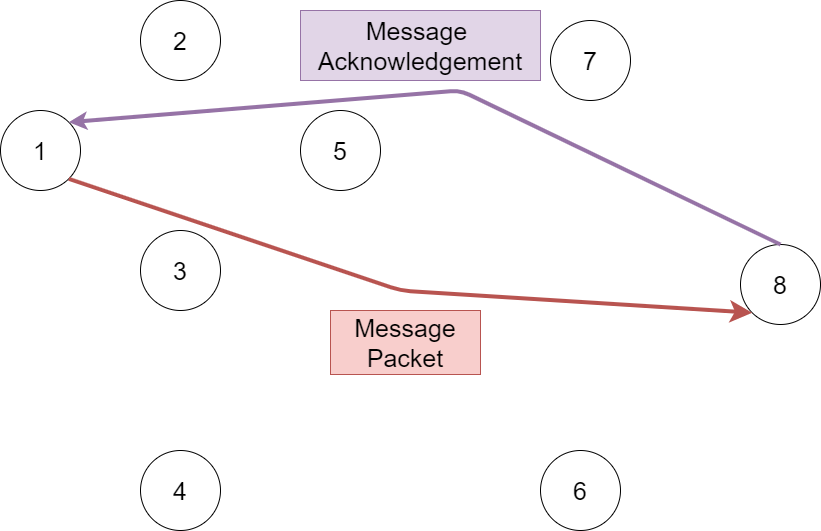
Before: Lab5/pres_direct_message.png, a diagram exported from draw.io (ThenTech/NIIP-Labo). Source tidied: cells renumbered, new cells last; positions are measured from the earlier drawing's top-left corner, leaving out a move shared by most shapes.
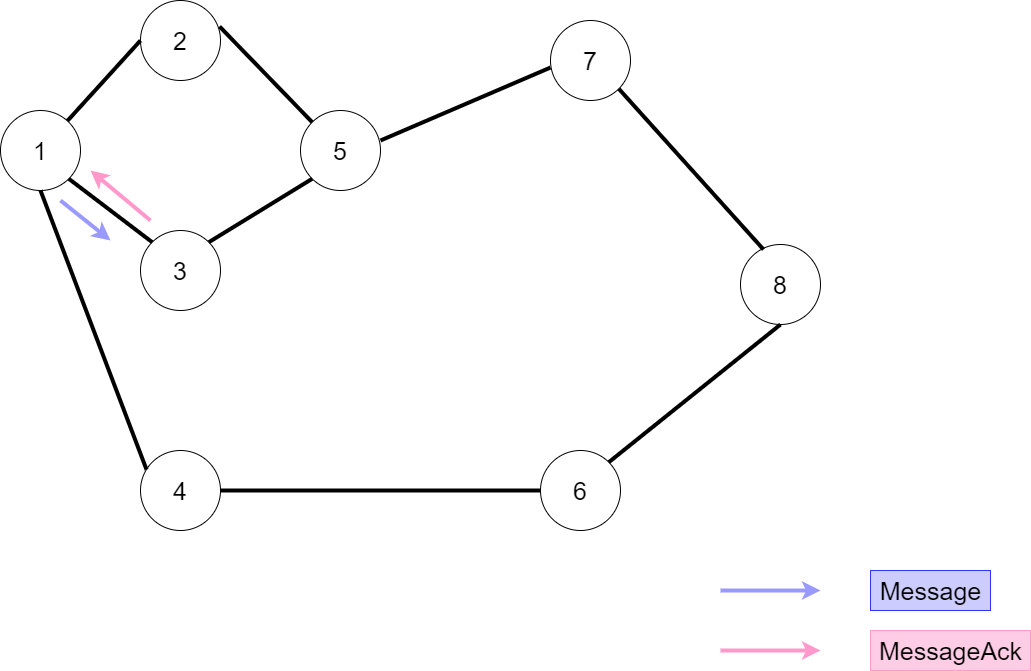
After the change.

What changed in the source:
```diff
@@ -26,25 +26,62 @@
     <mxCell id="9" value="&lt;font style=&quot;font-size: 25px&quot;&gt;8&lt;/font&gt;" style="ellipse;whiteSpace=wrap;html=1;" parent="1" vertex="1">
       <mxGeometry x="740" y="244" width="80" height="80" as="geometry" />
     </mxCell>
-    <mxCell id="10" style="endArrow=classic;html=1;exitX=1;exitY=1;exitDx=0;exitDy=0;entryX=0;entryY=1;entryDx=0;entryDy=0;fillColor=#f8cecc;strokeColor=#b85450;endSize=10;startSize=26;jumpSize=8;strokeWidth=4;" parent="1" edge="1" source="2" target="9">
-      <mxGeometry relative="1" as="geometry">
-        <Array as="points">
-          <mxPoint x="400" y="290" />
-        </Array>
-      </mxGeometry>
+    <mxCell id="10" style="endArrow=none;html=1;strokeWidth=4;entryX=0;entryY=0.5;entryDx=0;entryDy=0;" parent="1" edge="1" source="2" target="3">
+      <mxGeometry relative="1" as="geometry" />
     </mxCell>
-    <mxCell id="11" style="endArrow=classic;html=1;strokeWidth=4;entryX=1;entryY=0;entryDx=0;entryDy=0;exitX=0.5;exitY=0;exitDx=0;exitDy=0;fillColor=#e1d5e7;strokeColor=#9673a6;" parent="1" edge="1" source="9" target="2">
-      <mxGeometry relative="1" as="geometry">
-        <Array as="points">
-          <mxPoint x="460" y="90" />
-        </Array>
-      </mxGeometry>
+    <mxCell id="11" style="endArrow=none;html=1;strokeWidth=4;exitX=1;exitY=1;exitDx=0;exitDy=0;entryX=0;entryY=0;entryDx=0;entryDy=0;" parent="1" edge="1" source="2" target="4">
+      <mxGeometry relative="1" as="geometry" />
     </mxCell>
-    <mxCell id="12" value="&lt;font style=&quot;font-size: 25px&quot;&gt;Message Packet&lt;/font&gt;" style="text;html=1;strokeColor=#b85450;fillColor=#f8cecc;align=center;verticalAlign=middle;whiteSpace=wrap;rounded=0;" parent="1" vertex="1">
-      <mxGeometry x="330" y="310" width="150" height="64" as="geometry" />
+    <mxCell id="12" style="endArrow=none;html=1;strokeWidth=4;exitX=1;exitY=0;exitDx=0;exitDy=0;entryX=0;entryY=1;entryDx=0;entryDy=0;" parent="1" edge="1" source="4" target="6">
+      <mxGeometry relative="1" as="geometry" />
     </mxCell>
-    <mxCell id="13" value="&lt;font style=&quot;font-size: 25px&quot;&gt;Message&amp;nbsp;&lt;br&gt;Acknowledgement&lt;/font&gt;" style="rounded=0;whiteSpace=wrap;html=1;fillColor=#e1d5e7;strokeColor=#9673a6;" parent="1" vertex="1">
-      <mxGeometry x="300" y="10" width="240" height="70" as="geometry" />
+    <mxCell id="13" style="endArrow=none;html=1;strokeWidth=4;exitX=0.988;exitY=0.325;exitDx=0;exitDy=0;exitPerimeter=0;entryX=0;entryY=0;entryDx=0;entryDy=0;" parent="1" edge="1" source="3" target="6">
+      <mxGeometry relative="1" as="geometry" />
     </mxCell>
+    <mxCell id="14" style="endArrow=none;html=1;strokeWidth=4;exitX=0.5;exitY=1;exitDx=0;exitDy=0;entryX=0.075;entryY=0.238;entryDx=0;entryDy=0;entryPerimeter=0;" parent="1" edge="1" source="2" target="5">
+      <mxGeometry relative="1" as="geometry" />
+    </mxCell>
+    <mxCell id="15" style="endArrow=none;html=1;strokeWidth=4;exitX=1;exitY=0.5;exitDx=0;exitDy=0;entryX=0;entryY=0.5;entryDx=0;entryDy=0;" parent="1" edge="1" source="5" target="8">
+      <mxGeometry relative="1" as="geometry" />
+    </mxCell>
+    <mxCell id="16" style="endArrow=none;html=1;strokeWidth=4;exitX=1;exitY=0;exitDx=0;exitDy=0;entryX=0.5;entryY=1;entryDx=0;entryDy=0;" parent="1" edge="1" source="8" target="9">
+      <mxGeometry relative="1" as="geometry" />
+    </mxCell>
+    <mxCell id="17" style="endArrow=none;html=1;strokeWidth=4;entryX=0.288;entryY=0.063;entryDx=0;entryDy=0;entryPerimeter=0;exitX=1;exitY=1;exitDx=0;exitDy=0;" parent="1" edge="1" source="7" target="9">
+      <mxGeometry relative="1" as="geometry" />
+    </mxCell>
+    <mxCell id="18" style="endArrow=none;html=1;strokeWidth=4;entryX=0;entryY=0.588;entryDx=0;entryDy=0;entryPerimeter=0;exitX=1;exitY=0.375;exitDx=0;exitDy=0;exitPerimeter=0;" parent="1" edge="1" source="6" target="7">
+      <mxGeometry relative="1" as="geometry" />
+    </mxCell>
+    <mxCell id="19" style="endArrow=classic;html=1;strokeWidth=4;fillColor=#d5e8d4;strokeColor=#9999FF;" parent="1" edge="1">
+      <mxGeometry relative="1" as="geometry">
+        <mxPoint x="60" y="200" as="sourcePoint" />
+        <mxPoint x="110" y="240" as="targetPoint" />
+      </mxGeometry>
+    </mxCell>
+    <mxCell id="20" style="endArrow=classic;html=1;strokeWidth=4;fillColor=#f8cecc;strokeColor=#FF99CC;" parent="1" edge="1">
+      <mxGeometry relative="1" as="geometry">
+        <mxPoint x="150" y="220" as="sourcePoint" />
+        <mxPoint x="90" y="170" as="targetPoint" />
+      </mxGeometry>
+    </mxCell>
+    <mxCell id="21" style="endArrow=classic;html=1;strokeWidth=4;fontSize=25;fillColor=#d5e8d4;strokeColor=#9999FF;" parent="1" edge="1">
+      <mxGeometry relative="1" as="geometry">
+        <mxPoint x="720" y="590" as="sourcePoint" />
+        <mxPoint x="820" y="590" as="targetPoint" />
+      </mxGeometry>
+    </mxCell>
+    <mxCell id="22" style="endArrow=classic;html=1;strokeWidth=4;fontSize=25;fillColor=#f8cecc;strokeColor=#FF99CC;" parent="1" edge="1">
+      <mxGeometry relative="1" as="geometry">
+        <mxPoint x="720" y="650" as="sourcePoint" />
+        <mxPoint x="820" y="650" as="targetPoint" />
+      </mxGeometry>
+    </mxCell>
+    <mxCell id="23" value="Message" style="text;html=1;align=center;verticalAlign=middle;fontSize=25;fillColor=#CCCCFF;strokeColor=#3333FF;" parent="1" vertex="1">
+      <mxGeometry x="870" y="570" width="120" height="40" as="geometry" />
+    </mxCell>
+    <mxCell id="24" value="MessageAck" style="text;html=1;align=center;verticalAlign=middle;fontSize=25;fillColor=#FFCCE6;strokeColor=#FF99CC;" parent="1" vertex="1">
+      <mxGeometry x="870" y="630" width="160" height="40" as="geometry" />
+    </mxCell>
   </root>
 </mxGraphModel>
```
